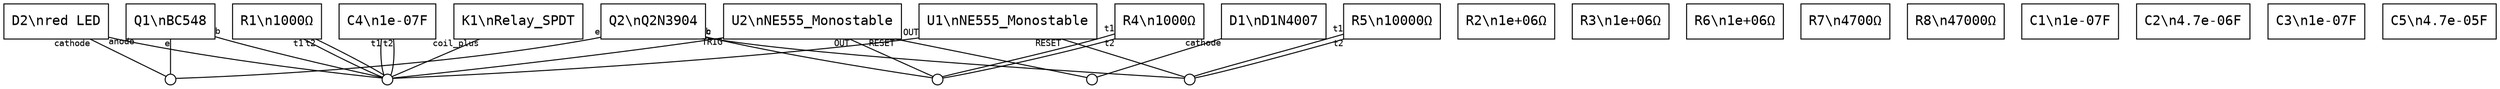
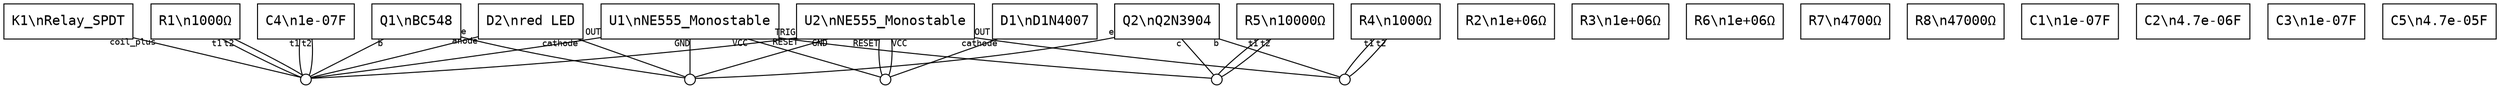
digraph "DoorbellProtector" {
  rankdir=TB;
  node [shape=box, fontname="monospace"];
  U1 [label="U1\\nNE555_Monostable"];
  U2 [label="U2\\nNE555_Monostable"];
  Q1 [label="Q1\\nBC548"];
  Q2 [label="Q2\\nQ2N3904"];
  D1 [label="D1\\nD1N4007"];
  D2 [label="D2\\nred LED"];
  R1 [label="R1\\n1000Ω"];
  R2 [label="R2\\n1e+06Ω"];
  R3 [label="R3\\n1e+06Ω"];
  R4 [label="R4\\n1000Ω"];
  R5 [label="R5\\n10000Ω"];
  R6 [label="R6\\n1e+06Ω"];
  R7 [label="R7\\n4700Ω"];
  R8 [label="R8\\n47000Ω"];
  C1 [label="C1\\n1e-07F"];
  C2 [label="C2\\n4.7e-06F"];
  C3 [label="C3\\n1e-07F"];
  C4 [label="C4\\n1e-07F"];
  C5 [label="C5\\n4.7e-05F"];
  K1 [label="K1\\nRelay_SPDT"];
  // Nets
  node [shape=circle, label="", width=0.15, fixedsize=true];
  gnd; net_0; net_1; net_2; vcc;
  // Edges (component -- net, taillabel = port name)
  edge [arrowhead=none, fontname="monospace", fontsize=9];
  C4 -> net_0 [taillabel="t1"];
  C4 -> net_0 [taillabel="t2"];
  D1 -> vcc [taillabel="cathode"];
  D2 -> net_0 [taillabel="anode"];
  D2 -> gnd [taillabel="cathode"];
  K1 -> net_0 [taillabel="coil_plus"];
  Q1 -> net_0 [taillabel="b"];
  Q1 -> gnd [taillabel="e"];
  Q2 -> net_2 [taillabel="b"];
  Q2 -> net_1 [taillabel="c"];
  Q2 -> gnd [taillabel="e"];
  R1 -> net_0 [taillabel="t1"];
  R1 -> net_0 [taillabel="t2"];
  R4 -> net_2 [taillabel="t1"];
  R4 -> net_2 [taillabel="t2"];
  R5 -> net_1 [taillabel="t1"];
  R5 -> net_1 [taillabel="t2"];
+   U1 -> gnd [taillabel="GND"];
  U1 -> net_0 [taillabel="OUT"];
  U1 -> net_1 [taillabel="RESET"];
+   U1 -> vcc [taillabel="VCC"];
+   U2 -> gnd [taillabel="GND"];
  U2 -> net_2 [taillabel="OUT"];
  U2 -> vcc [taillabel="RESET"];
  U2 -> net_0 [taillabel="TRIG"];
+   U2 -> vcc [taillabel="VCC"];
}
